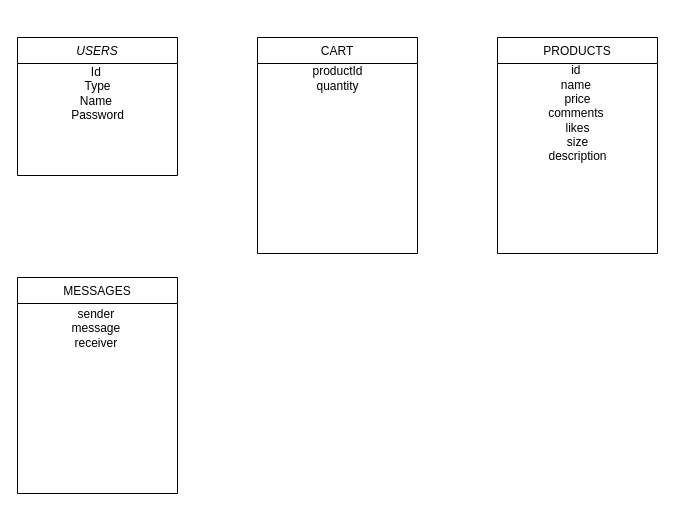
Earlier version of the draw.io diagram reports/database_design.drawio (MarkProjs/fb-market-place). Source tidied: cells renumbered, new cells numbered last; positions are measured from the earlier drawing's top-left corner, leaving out a move shared by most shapes. Both pictures are drawn from the tidied source at 100%, with x=0, y=0 at pixel (17, 37).
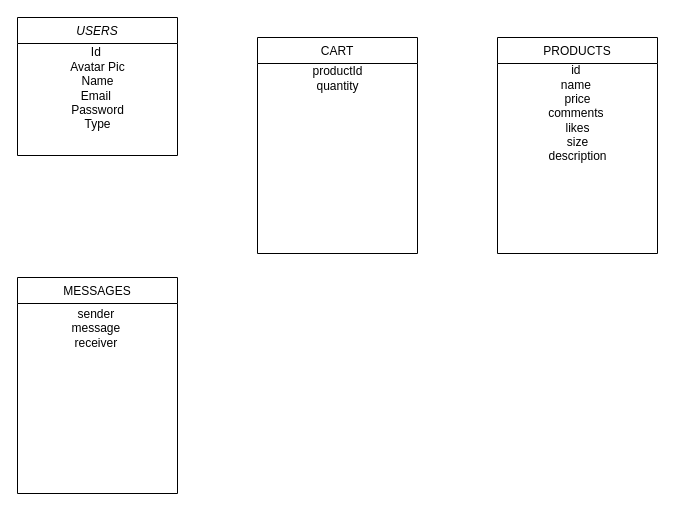
The same page after the edit.

Commit message (it also covers changes not shown here):
drwio, accidentally placed a box in other place

Change to the diagram source:
```diff
@@
 <mxGraphModel>
   <root>
     <mxCell id="0" />
     <mxCell id="1" parent="0" />
     <mxCell id="2" value="USERS" style="swimlane;fontStyle=2;align=center;verticalAlign=top;horizontal=1;startSize=26;rounded=0;shadow=0;strokeWidth=1;" parent="1" vertex="1">
-      <mxGeometry width="160" height="138" as="geometry" />
+      <mxGeometry y="-20" width="160" height="138" as="geometry" />
     </mxCell>
-    <mxCell id="3" value="Id&amp;nbsp;&lt;br&gt;Type&lt;br&gt;Name&amp;nbsp;&lt;br&gt;Password" style="text;html=1;align=center;verticalAlign=middle;strokeColor=none;fillColor=none;" parent="2" vertex="1">
-      <mxGeometry y="26" width="160" height="60" as="geometry" />
+    <mxCell id="3" value="Id&amp;nbsp;&lt;br&gt;Avatar Pic&lt;br&gt;Name&lt;br&gt;Email&amp;nbsp;&lt;br&gt;Password&lt;br&gt;Type" style="text;html=1;align=center;verticalAlign=middle;strokeColor=none;fillColor=none;" parent="2" vertex="1">
+      <mxGeometry y="26" width="160" height="90" as="geometry" />
     </mxCell>
     <mxCell id="4" value="PRODUCTS" style="swimlane;fontStyle=0;align=center;verticalAlign=top;horizontal=1;startSize=26;rounded=0;shadow=0;strokeWidth=1;" parent="1" vertex="1">
       <mxGeometry x="480" width="160" height="216" as="geometry" />
     </mxCell>
     <mxCell id="5" value="id&amp;nbsp;&lt;br&gt;name&amp;nbsp;&lt;br&gt;price&lt;br&gt;comments&amp;nbsp;&lt;br&gt;likes&lt;br&gt;size&lt;br&gt;description" style="text;html=1;align=center;verticalAlign=middle;strokeColor=none;fillColor=none;" parent="4" vertex="1">
       <mxGeometry y="26" width="160" height="100" as="geometry" />
     </mxCell>
     <mxCell id="6" value="CART" style="swimlane;fontStyle=0;align=center;verticalAlign=top;horizontal=1;startSize=26;rounded=0;shadow=0;strokeWidth=1;" parent="1" vertex="1">
       <mxGeometry x="240" width="160" height="216" as="geometry" />
     </mxCell>
     <mxCell id="7" value="productId&lt;br&gt;quantity" style="text;html=1;align=center;verticalAlign=middle;strokeColor=none;fillColor=none;" parent="6" vertex="1">
       <mxGeometry y="26" width="160" height="30" as="geometry" />
     </mxCell>
     <mxCell id="8" value="MESSAGES" style="swimlane;fontStyle=0;align=center;verticalAlign=top;horizontal=1;startSize=26;rounded=0;shadow=0;strokeWidth=1;" parent="1" vertex="1">
       <mxGeometry y="240" width="160" height="216" as="geometry" />
     </mxCell>
     <mxCell id="9" value="sender&amp;nbsp;&lt;br&gt;message&amp;nbsp;&lt;br&gt;receiver&amp;nbsp;" style="text;html=1;align=center;verticalAlign=middle;strokeColor=none;fillColor=none;" parent="8" vertex="1">
       <mxGeometry y="26" width="160" height="50" as="geometry" />
     </mxCell>
   </root>
 </mxGraphModel>
```
